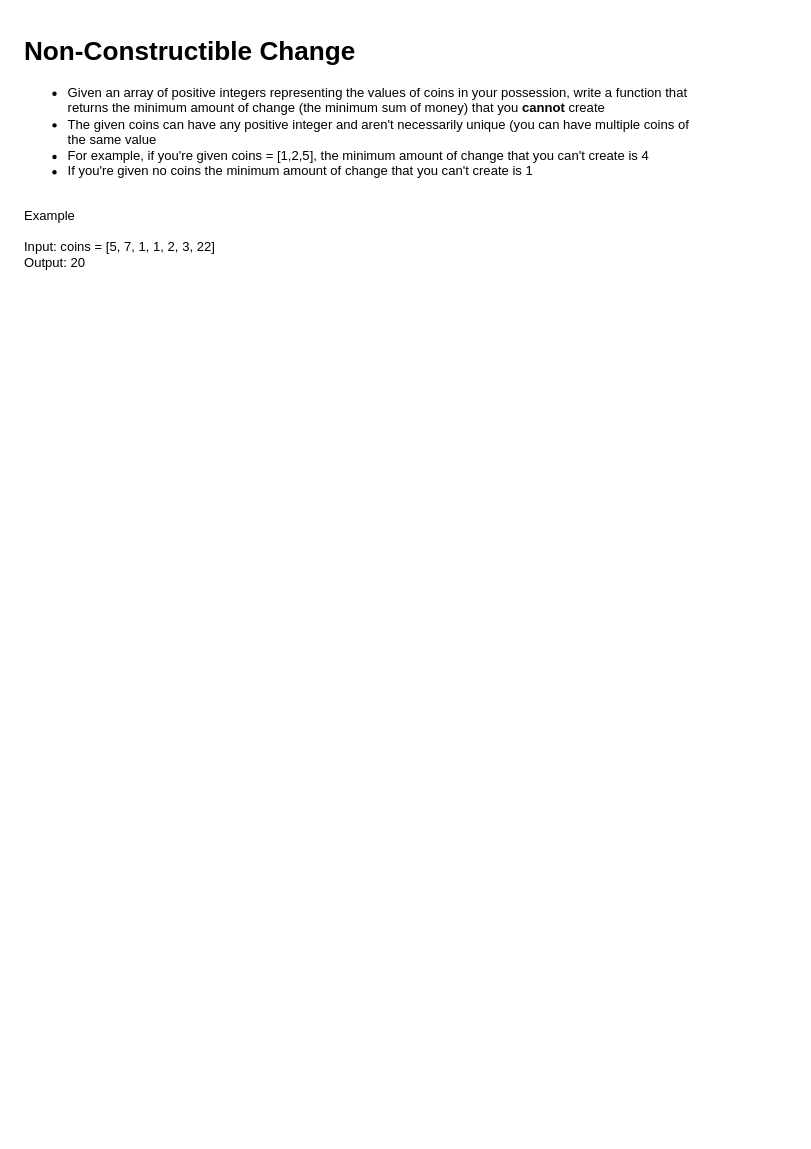
Above: src/non-constructible-change.drawio in aj03794/leetcode-problems (draw.io), before the change. Source tidied: cells renumbered, new cells numbered last; positions are measured from the earlier drawing's top-left corner, leaving out a move shared by most shapes. Both pictures are drawn from the tidied source at 109%, with x=0, y=0 at pixel (19, 29).
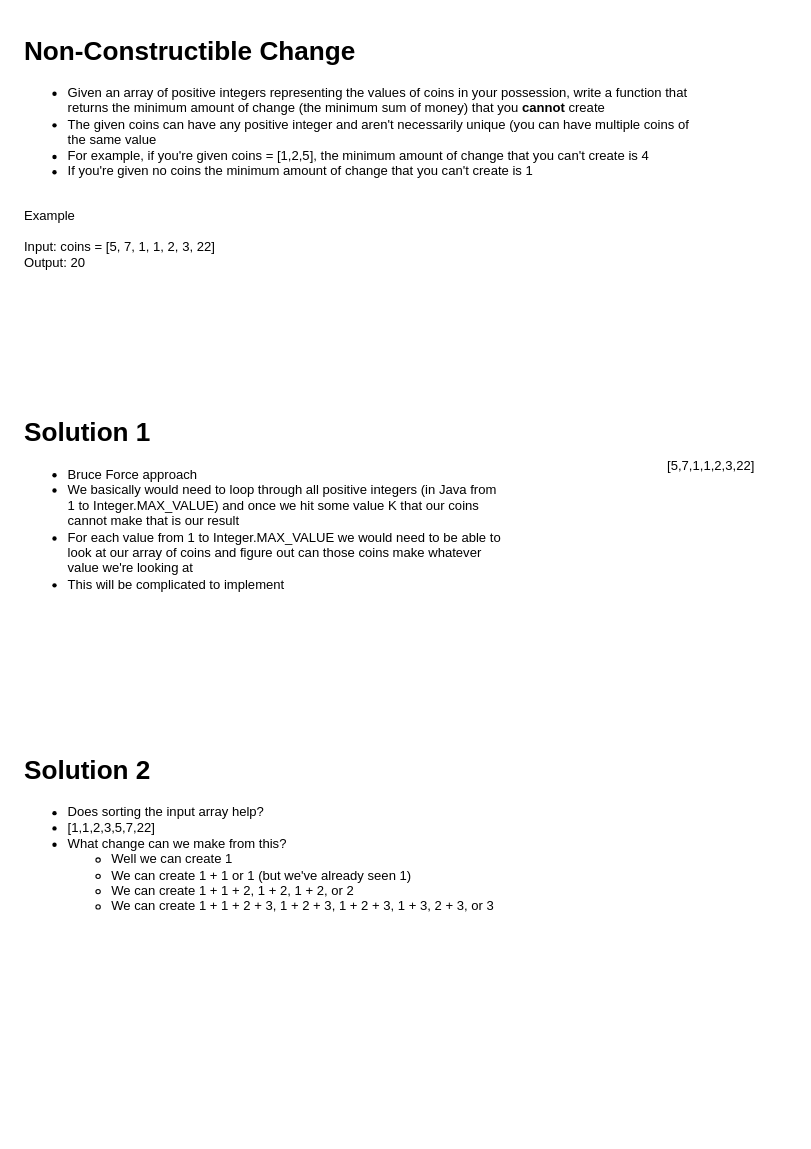
After the change.

Change to the diagram source:
```diff
@@
 <mxGraphModel>
   <root>
     <mxCell id="0" />
     <mxCell id="1" parent="0" />
     <mxCell id="2" value="&lt;h1&gt;Non-Constructible Change&lt;/h1&gt;&lt;p&gt;&lt;/p&gt;&lt;ul&gt;&lt;li&gt;Given an array of positive integers representing the values of coins in your possession, write a function that returns the minimum amount of change (the minimum sum of money) that you &lt;b&gt;cannot &lt;/b&gt;create&amp;nbsp;&lt;/li&gt;&lt;li&gt;The given coins can have any positive integer and aren't necessarily unique (you can have multiple coins of the same value&lt;/li&gt;&lt;li&gt;For example, if you're given coins = [1,2,5], the minimum amount of change that you can't create is 4&lt;/li&gt;&lt;li&gt;If you're given no coins the minimum amount of change that you can't create is 1&lt;/li&gt;&lt;/ul&gt;&lt;div&gt;&lt;br&gt;&lt;/div&gt;&lt;div&gt;Example&lt;/div&gt;&lt;div&gt;&lt;br&gt;&lt;/div&gt;&lt;div&gt;Input: coins = [5, 7, 1, 1, 2, 3, 22]&lt;/div&gt;&lt;div&gt;Output: 20&lt;/div&gt;&lt;p&gt;&lt;/p&gt;" style="text;html=1;strokeColor=none;fillColor=none;spacing=5;spacingTop=-20;whiteSpace=wrap;overflow=hidden;rounded=0;" parent="1" vertex="1">
       <mxGeometry width="620" height="350" as="geometry" />
     </mxCell>
+    <mxCell id="3" value="&lt;h1&gt;Solution 1&lt;/h1&gt;&lt;p&gt;&lt;/p&gt;&lt;ul&gt;&lt;li&gt;Bruce Force approach&lt;/li&gt;&lt;li&gt;We basically would need to loop through all positive integers (in Java from 1 to Integer.MAX_VALUE) and once we hit some value K that our coins cannot make that is our result&lt;/li&gt;&lt;li&gt;For each value from 1 to Integer.MAX_VALUE we would need to be able to look at our array of coins and figure out can those coins make whatever value we're looking at&lt;/li&gt;&lt;li&gt;This will be complicated to implement&lt;/li&gt;&lt;/ul&gt;&lt;p&gt;&lt;/p&gt;" style="text;html=1;strokeColor=none;fillColor=none;spacing=5;spacingTop=-20;whiteSpace=wrap;overflow=hidden;rounded=0;" parent="1" vertex="1">
+      <mxGeometry y="350" width="450" height="290" as="geometry" />
+    </mxCell>
+    <mxCell id="4" value="[5,7,1,1,2,3,22]" style="text;html=1;strokeColor=none;fillColor=none;align=center;verticalAlign=middle;whiteSpace=wrap;rounded=0;" parent="1" vertex="1">
+      <mxGeometry x="560" y="385" width="150" height="30" as="geometry" />
+    </mxCell>
+    <mxCell id="5" value="&lt;h1&gt;Solution 2&lt;/h1&gt;&lt;p&gt;&lt;/p&gt;&lt;ul&gt;&lt;li&gt;Does sorting the input array help?&lt;/li&gt;&lt;li&gt;[1,1,2,3,5,7,22]&lt;/li&gt;&lt;li&gt;What change can we make from this?&lt;/li&gt;&lt;ul&gt;&lt;li&gt;Well we can create 1&lt;br&gt;&lt;/li&gt;&lt;li&gt;We can create 1 + 1 or 1 (but we've already seen 1)&lt;/li&gt;&lt;li&gt;We can create 1 + 1 + 2, 1 + 2, 1 + 2, or 2&lt;/li&gt;&lt;li&gt;We can create 1 + 1 + 2 + 3, 1 + 2 + 3, 1 + 2 + 3, 1 + 3, 2 + 3, or 3&lt;/li&gt;&lt;/ul&gt;&lt;/ul&gt;&lt;p&gt;&lt;/p&gt;" style="text;html=1;strokeColor=none;fillColor=none;spacing=5;spacingTop=-20;whiteSpace=wrap;overflow=hidden;rounded=0;" parent="1" vertex="1">
+      <mxGeometry y="660" width="670" height="350" as="geometry" />
+    </mxCell>
   </root>
 </mxGraphModel>
```
